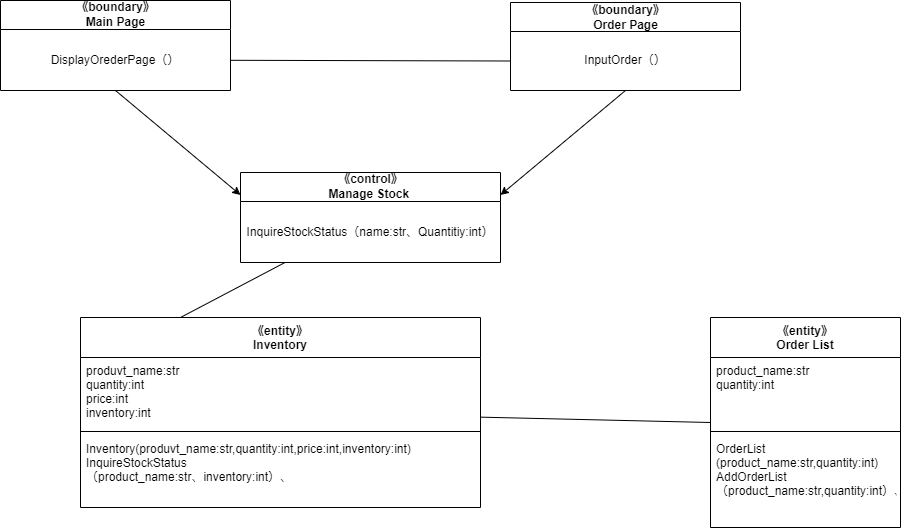
This is psp4/設計モデルのクラス/設計モデルクラス図_オーダー.drawio.png from MasakiHiguchi/---, a draw.io export, as it was before one commit. Source tidied: cells renumbered, new cells last; positions are measured from the earlier drawing's top-left corner, leaving out a move shared by most shapes.
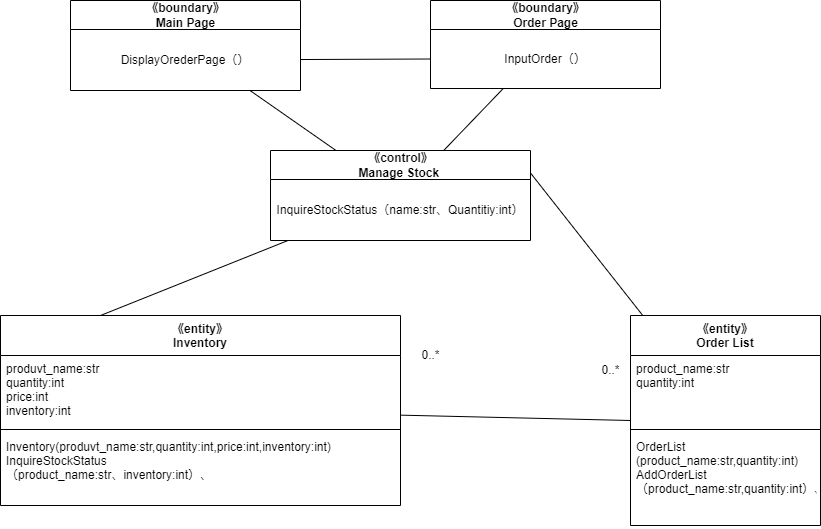
The same diagram one commit later.

The edit, as a diff of the source:
```diff
@@ -17,25 +17,28 @@
     <mxCell id="6" value="Inventory(produvt_name:str,quantity:int,price:int,inventory:int)&#10;InquireStockStatus&#10;（product_name:str、inventory:int）、" style="text;strokeColor=none;fillColor=none;align=left;verticalAlign=top;spacingLeft=4;spacingRight=4;overflow=hidden;" parent="3" vertex="1">
       <mxGeometry y="118" width="400" height="72" as="geometry" />
     </mxCell>
+    <mxCell id="21" value="0..*" style="text;html=1;align=center;verticalAlign=middle;strokeColor=none;fillColor=none;" parent="1" vertex="1">
+      <mxGeometry x="490" y="342" width="40" height="30" as="geometry" />
+    </mxCell>
     <mxCell id="7" style="edgeStyle=none;html=1;entryX=0.25;entryY=0;entryDx=0;entryDy=0;endArrow=none;endFill=0;" parent="1" edge="1" source="8" target="3">
       <mxGeometry relative="1" as="geometry" />
     </mxCell>
     <mxCell id="8" value="《control》&lt;br&gt;Manage Stock&amp;nbsp;" style="swimlane;fontStyle=1;align=center;verticalAlign=middle;horizontal=1;startSize=29;html=1;" parent="1" vertex="1">
-      <mxGeometry x="240" y="172" width="260" height="90" as="geometry" />
+      <mxGeometry x="350" y="152" width="260" height="90" as="geometry" />
     </mxCell>
     <mxCell id="9" value="InquireStockStatus（name:str、Quantitiy:int）" style="text;html=1;strokeColor=none;fillColor=none;align=center;verticalAlign=middle;spacingLeft=4;spacingRight=4;overflow=hidden;" parent="8" vertex="1">
       <mxGeometry y="29" width="260" height="61" as="geometry" />
     </mxCell>
-    <mxCell id="10" style="edgeStyle=none;html=1;exitX=0.5;exitY=1;exitDx=0;exitDy=0;entryX=0;entryY=0.25;entryDx=0;entryDy=0;" parent="1" edge="1" source="11" target="8">
+    <mxCell id="10" style="edgeStyle=none;html=1;endArrow=none;endFill=0;" parent="1" edge="1" source="11" target="8">
       <mxGeometry relative="1" as="geometry" />
     </mxCell>
     <mxCell id="11" value="《boundary》&lt;br&gt;Main Page" style="swimlane;fontStyle=1;align=center;verticalAlign=middle;horizontal=1;startSize=29;html=1;" parent="1" vertex="1">
-      <mxGeometry width="230" height="90" as="geometry" />
+      <mxGeometry x="150" y="2" width="230" height="90" as="geometry" />
     </mxCell>
     <mxCell id="12" value="DisplayOrederPage（）" style="text;html=1;strokeColor=none;fillColor=none;align=center;verticalAlign=middle;spacingLeft=4;spacingRight=4;overflow=hidden;points=[[0,0.5],[1,0.5]];portConstraint=eastwest;" parent="11" vertex="1">
       <mxGeometry y="29" width="230" height="61" as="geometry" />
     </mxCell>
-    <mxCell id="13" style="edgeStyle=none;html=1;exitX=0.5;exitY=1;exitDx=0;exitDy=0;entryX=1;entryY=0.25;entryDx=0;entryDy=0;" parent="1" edge="1" source="14" target="8">
+    <mxCell id="13" style="edgeStyle=none;html=1;endArrow=none;endFill=0;" parent="1" edge="1" source="14" target="8">
       <mxGeometry relative="1" as="geometry" />
     </mxCell>
     <mxCell id="14" value="《boundary》&lt;br&gt;Order Page" style="swimlane;fontStyle=1;align=center;verticalAlign=middle;horizontal=1;startSize=29;html=1;" parent="1" vertex="1">
@@ -47,6 +50,9 @@
     <mxCell id="16" style="edgeStyle=none;html=1;entryX=0;entryY=0.5;entryDx=0;entryDy=0;endArrow=none;endFill=0;" parent="1" edge="1" source="12" target="15">
       <mxGeometry relative="1" as="geometry" />
     </mxCell>
+    <mxCell id="22" style="edgeStyle=none;html=1;entryX=1;entryY=0.25;entryDx=0;entryDy=0;endArrow=none;endFill=0;" parent="1" edge="1" source="17" target="8">
+      <mxGeometry relative="1" as="geometry" />
+    </mxCell>
     <mxCell id="17" value="《entity》&#10;Order List" style="swimlane;fontStyle=1;align=center;verticalAlign=top;horizontal=1;startSize=40;" parent="1" vertex="1">
       <mxGeometry x="710" y="317" width="190" height="210" as="geometry" />
     </mxCell>
@@ -59,5 +65,8 @@
     <mxCell id="20" value="OrderList&#10;(product_name:str,quantity:int)&#10;AddOrderList&#10;（product_name:str,quantity:int）、" style="text;strokeColor=none;fillColor=none;align=left;verticalAlign=top;spacingLeft=4;spacingRight=4;overflow=hidden;" parent="17" vertex="1">
       <mxGeometry y="118" width="190" height="92" as="geometry" />
     </mxCell>
+    <mxCell id="23" value="0..*" style="text;html=1;align=center;verticalAlign=middle;strokeColor=none;fillColor=none;" parent="1" vertex="1">
+      <mxGeometry x="670" y="357" width="40" height="30" as="geometry" />
+    </mxCell>
   </root>
 </mxGraphModel>
```
